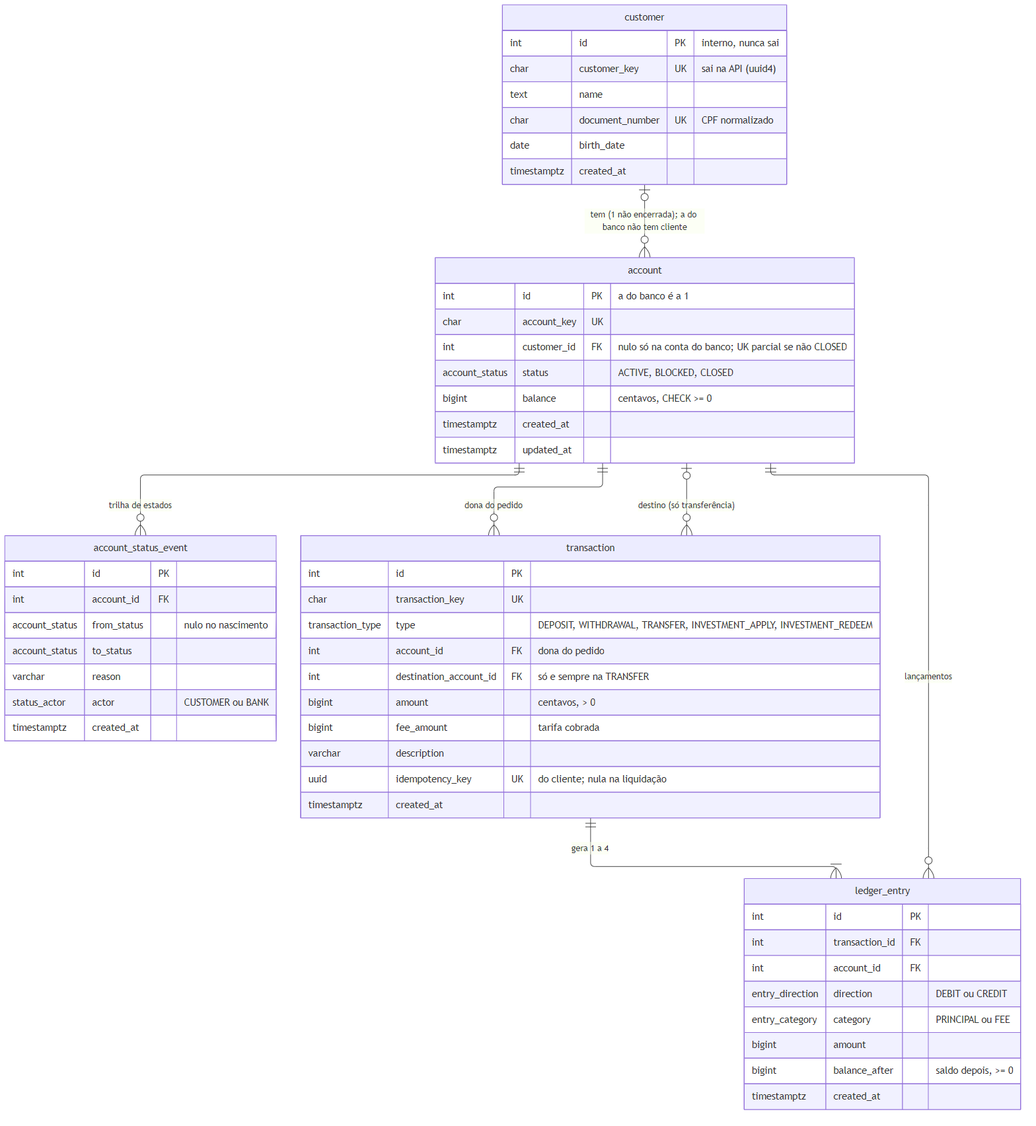
Above: docs/diagramas/er-nucleo.png in heluylucas/bootcamp-qi-tech-presidas- (Mermaid), before the change. Its source is kept beside it as docs/diagramas/er-nucleo.mmd.
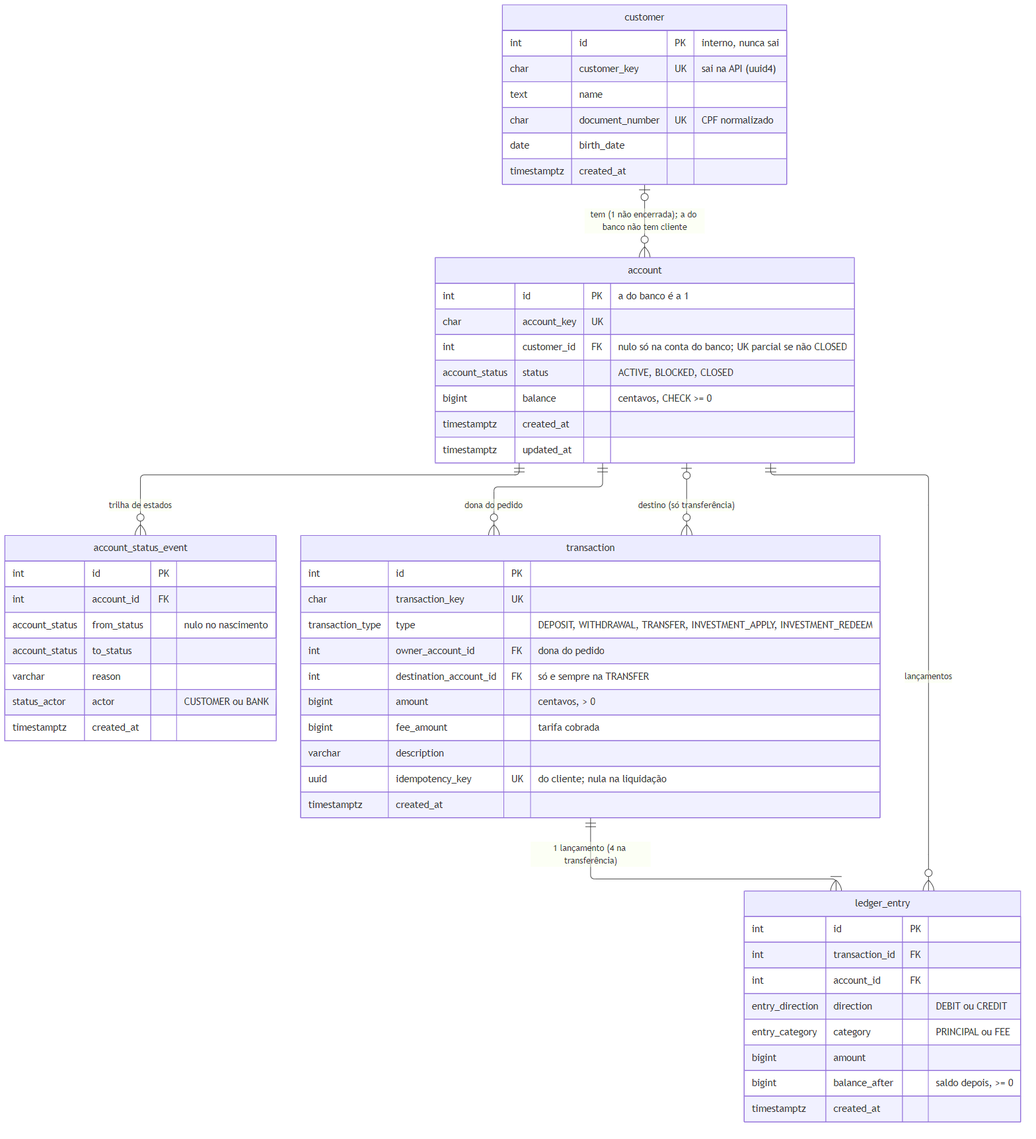
Above is the later version.

Change to the diagram source:
```diff
@@ -10,7 +10,7 @@
     account ||--o{ account_status_event : "trilha de estados"
     account ||--o{ transaction : "dona do pedido"
     account |o--o{ transaction : "destino (só transferência)"
-    transaction ||--|{ ledger_entry : "gera 1 a 4"
+    transaction ||--|{ ledger_entry : "1 lançamento (4 na transferência)"
     account ||--o{ ledger_entry : "lançamentos"
 
     customer {
@@ -43,7 +43,7 @@
         int id PK
         char transaction_key UK
         transaction_type type "DEPOSIT, WITHDRAWAL, TRANSFER, INVESTMENT_APPLY, INVESTMENT_REDEEM"
-        int account_id FK "dona do pedido"
+        int owner_account_id FK "dona do pedido"
         int destination_account_id FK "só e sempre na TRANSFER"
         bigint amount "centavos, > 0"
         bigint fee_amount "tarifa cobrada"
```
